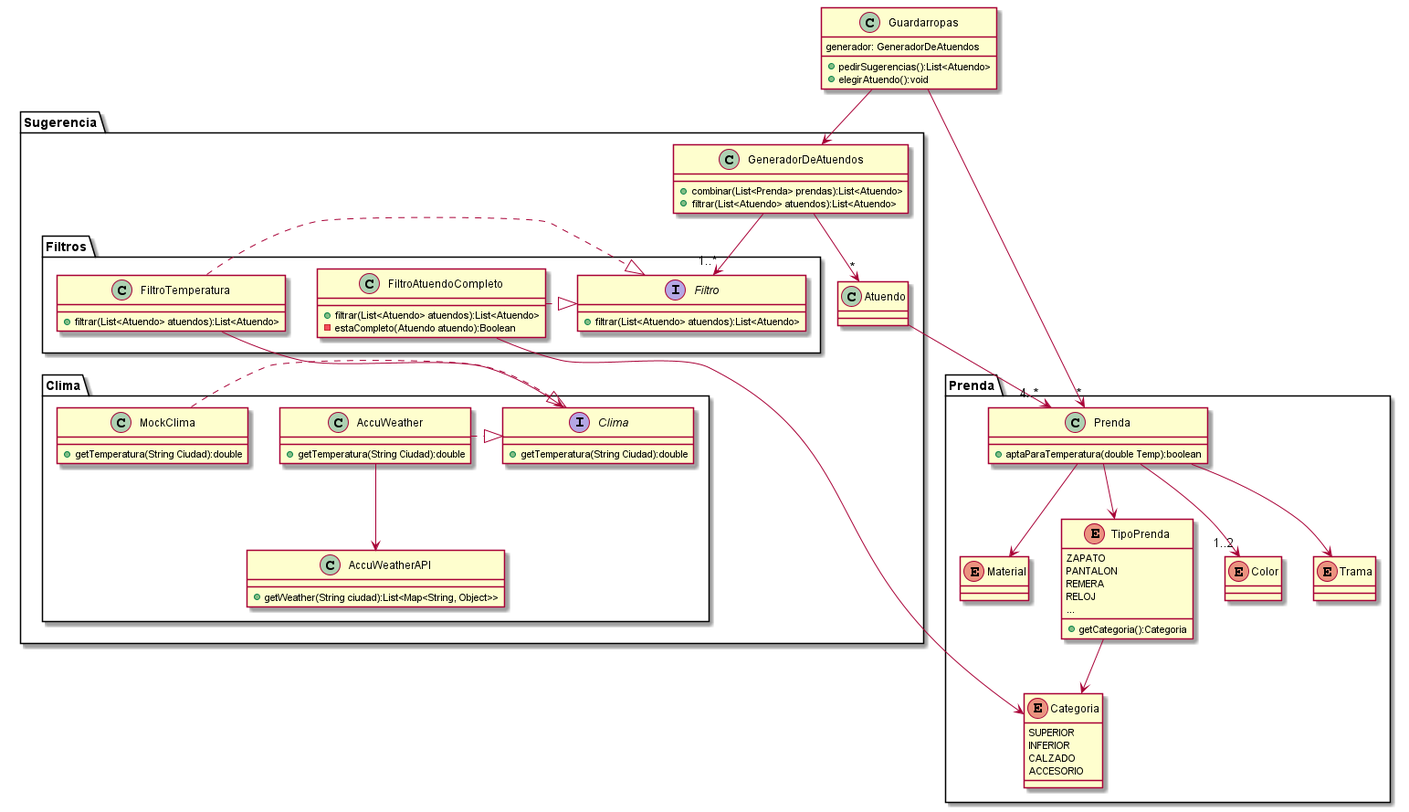
agustinmonti/DDS-QMP keeps this PlantUML diagram as QueMePongo4.png. Above is the earlier version. Its diagram source:
```plantuml
@startuml
class Guardarropas
package Prenda{
    class Prenda
    enum Material
    enum TipoPrenda
    enum Categoria
    enum Color
    enum Trama
}
package Sugerencia{
    class GeneradorDeAtuendos
    class Atuendo
    package Clima{
        class AccuWeather
        class AccuWeatherAPI
        interface Clima
        class MockClima
    }
    package Filtros{
        interface Filtro
        class FiltroTemperatura
        class FiltroAtuendoCompleto
    }
}
class Prenda{
    +aptaParaTemperatura(double Temp):boolean
}
Prenda --> Material
Prenda --> TipoPrenda
Prenda --> "1..2" Color
Prenda --> Trama
TipoPrenda --> Categoria

enum Color{
}
enum Material{
}
enum Categoria{
SUPERIOR
INFERIOR
CALZADO
ACCESORIO
}
enum TipoPrenda {
ZAPATO
PANTALON
REMERA
RELOJ
...
+getCategoria():Categoria
}
class MockClima{
+getTemperatura(String Ciudad):double
}
AccuWeather .|> Clima
MockClima .|> Clima
AccuWeather --> AccuWeatherAPI
interface Clima{
+getTemperatura(String Ciudad):double
}
class AccuWeather{
+getTemperatura(String Ciudad):double
}
class AccuWeatherAPI{
+getWeather(String ciudad):List<Map<String, Object>>
}

FiltroTemperatura .|> Filtro
FiltroAtuendoCompleto .|> Filtro
FiltroAtuendoCompleto --> Categoria
FiltroTemperatura --> Clima
interface Filtro{
+filtrar(List<Atuendo> atuendos):List<Atuendo>
}
class FiltroTemperatura{
+filtrar(List<Atuendo> atuendos):List<Atuendo>
}
class FiltroAtuendoCompleto{
+filtrar(List<Atuendo> atuendos):List<Atuendo>
-estaCompleto(Atuendo atuendo):Boolean
}
GeneradorDeAtuendos --> "1..*" Filtro
GeneradorDeAtuendos --> "*" Atuendo
Atuendo --> "4..*" Prenda
Guardarropas --> "*" Prenda
Guardarropas --> GeneradorDeAtuendos
class Guardarropas{
generador: GeneradorDeAtuendos
+pedirSugerencias():List<Atuendo>
+elegirAtuendo():void
}
class GeneradorDeAtuendos{
+combinar(List<Prenda> prendas):List<Atuendo>
+filtrar(List<Atuendo> atuendos):List<Atuendo>
}
@enduml
```
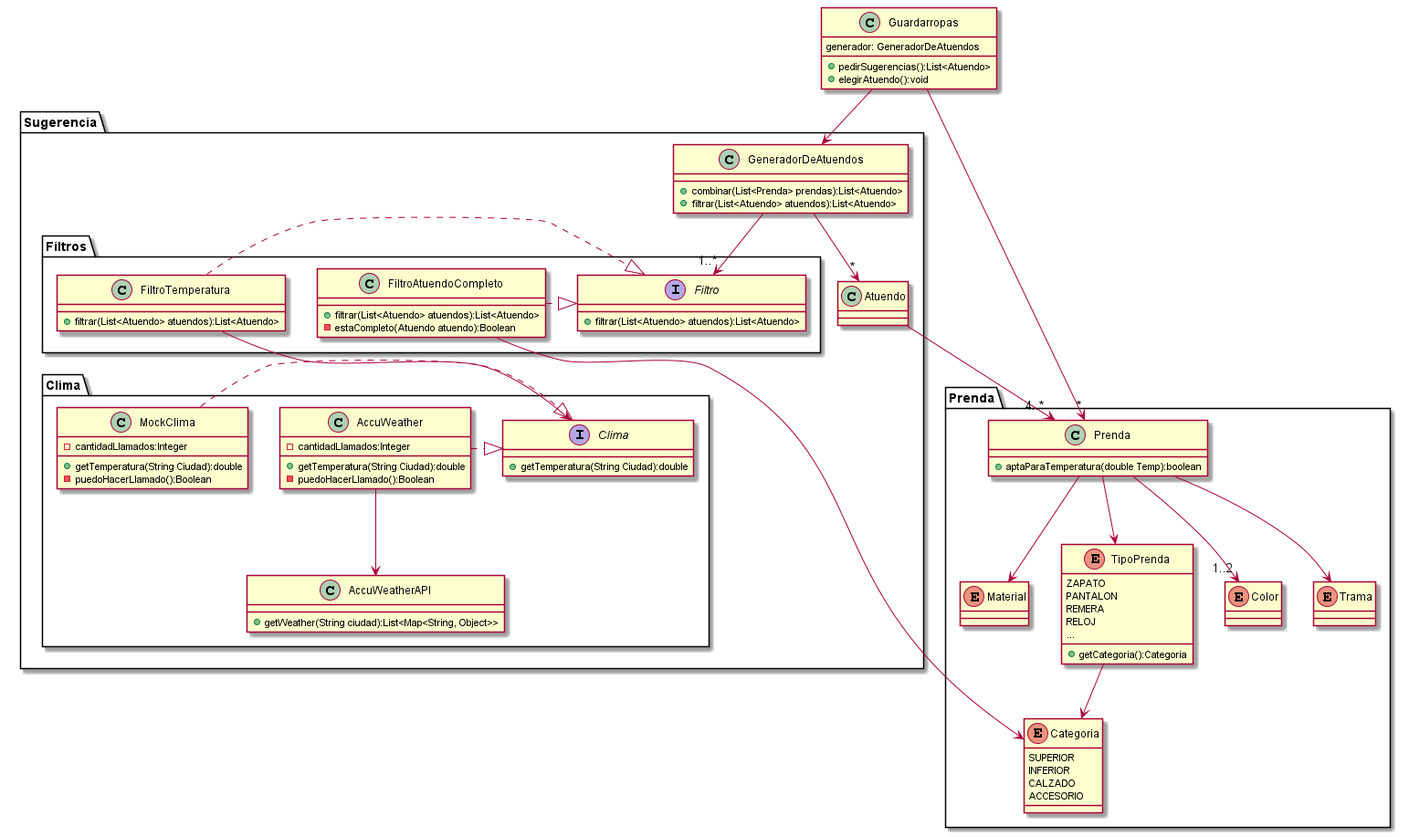
The same file after the commit.

Commit message:
agregando algunos detalles al diagrama

Change to the diagram source:
```diff
@@ -51,7 +51,9 @@
 +getCategoria():Categoria
 }
 class MockClima{
+-cantidadLlamados:Integer
 +getTemperatura(String Ciudad):double
+-puedoHacerLlamado():Boolean
 }
 AccuWeather .|> Clima
 MockClima .|> Clima
@@ -60,7 +62,9 @@
 +getTemperatura(String Ciudad):double
 }
 class AccuWeather{
+-cantidadLlamados:Integer
 +getTemperatura(String Ciudad):double
+-puedoHacerLlamado():Boolean
 }
 class AccuWeatherAPI{
 +getWeather(String ciudad):List<Map<String, Object>>
```
